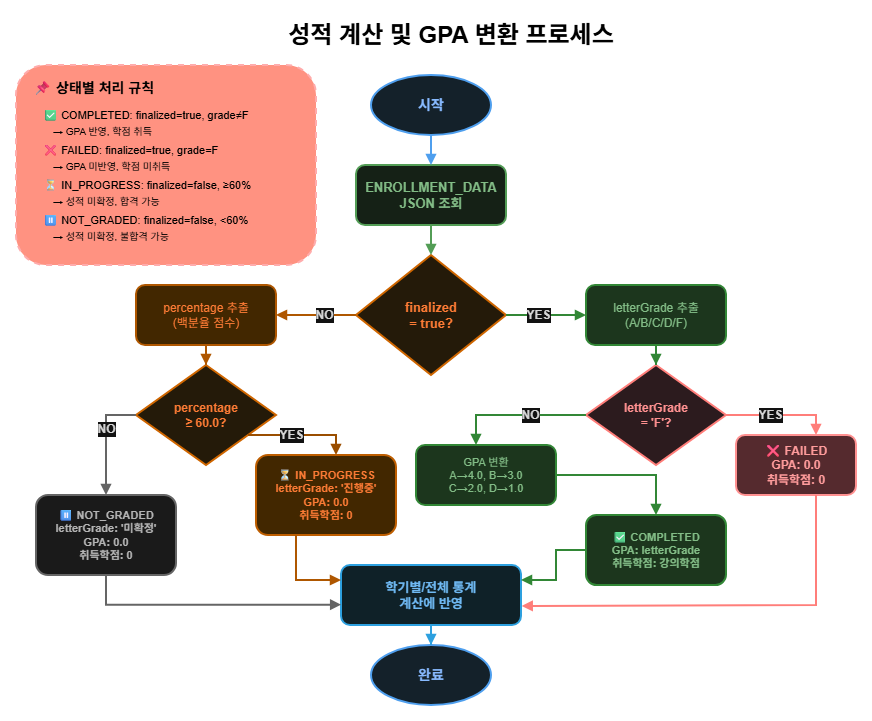
hooting76/blue-crab-lms keeps this draw.io diagram as backend/BlueCrab/docs/강의관련문서-신판/PPT용 다이어그램/성적확인서 API/04-성적계산-프로세스.drawio.png. Above is the earlier version. Source tidied: cells renumbered, new cells last; positions are measured from the earlier drawing's top-left corner, leaving out a move shared by most shapes.
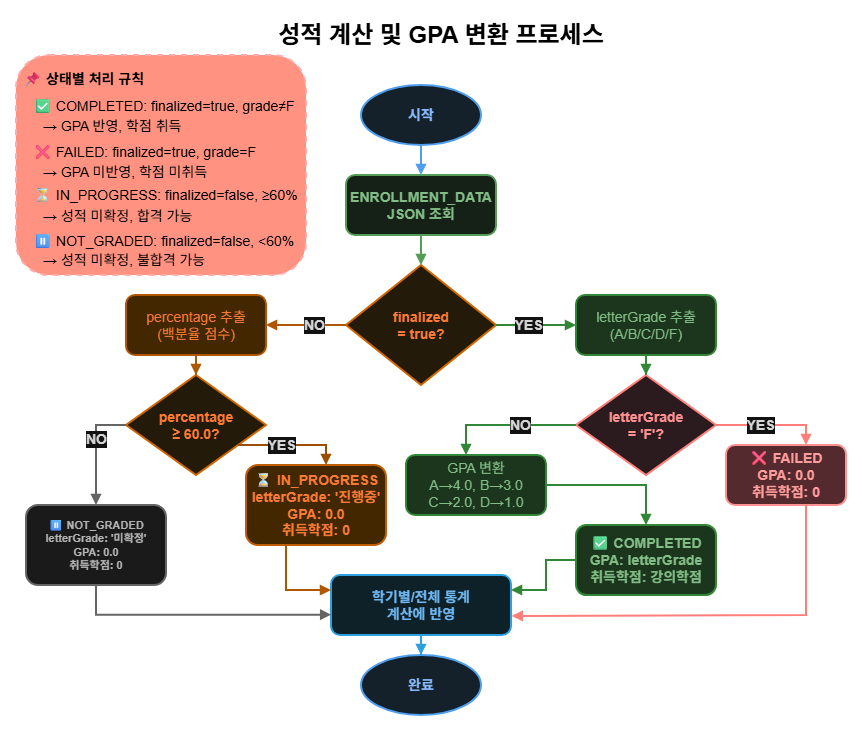
The same diagram one commit later.

The edit, as a diff of the source:
```diff
@@ -3,84 +3,84 @@
     <mxCell id="0" />
     <mxCell id="1" parent="0" />
     <mxCell id="2" value="성적 계산 및 GPA 변환 프로세스" style="text;html=1;strokeColor=none;fillColor=none;align=center;verticalAlign=middle;whiteSpace=wrap;rounded=0;fontSize=24;fontStyle=1;fontColor=light-dark(#000000,#000000);" parent="1" vertex="1">
-      <mxGeometry x="130" width="610" height="40" as="geometry" />
+      <mxGeometry x="130" y="-10" width="610" height="40" as="geometry" />
     </mxCell>
     <mxCell id="3" value="시작" style="strokeWidth=2;html=1;shape=mxgraph.flowchart.start_1;whiteSpace=wrap;fillColor=#E3F2FD;strokeColor=#1976D2;fontColor=#0D47A1;fontSize=14;fontStyle=1;" parent="1" vertex="1">
       <mxGeometry x="355" y="60" width="120" height="60" as="geometry" />
     </mxCell>
-    <mxCell id="4" value="ENROLLMENT_DATA&#10;JSON 조회" style="rounded=1;whiteSpace=wrap;html=1;fillColor=#E8F5E9;strokeColor=#388E3C;strokeWidth=2;fontColor=#1B5E20;fontSize=13;fontStyle=1;" parent="1" vertex="1">
+    <mxCell id="4" value="ENROLLMENT_DATA&#10;JSON 조회" style="rounded=1;whiteSpace=wrap;html=1;fillColor=#E8F5E9;strokeColor=#388E3C;strokeWidth=2;fontColor=#1B5E20;fontSize=14;fontStyle=1;" parent="1" vertex="1">
       <mxGeometry x="340" y="150" width="150" height="60" as="geometry" />
     </mxCell>
     <mxCell id="5" style="edgeStyle=orthogonalEdgeStyle;rounded=0;jettySize=auto;html=1;strokeWidth=2;strokeColor=#1976D2;endArrow=block;endFill=1;" parent="1" edge="1" source="3" target="4">
       <mxGeometry relative="1" as="geometry" />
     </mxCell>
-    <mxCell id="6" value="finalized&#10;= true?" style="rhombus;whiteSpace=wrap;html=1;fillColor=#FFF3E0;strokeColor=#F57C00;strokeWidth=2;fontColor=#E65100;fontSize=13;fontStyle=1;" parent="1" vertex="1">
+    <mxCell id="6" value="finalized&#10;= true?" style="rhombus;whiteSpace=wrap;html=1;fillColor=#FFF3E0;strokeColor=#F57C00;strokeWidth=2;fontColor=#E65100;fontSize=14;fontStyle=1;" parent="1" vertex="1">
       <mxGeometry x="340" y="240" width="150" height="120" as="geometry" />
     </mxCell>
     <mxCell id="7" style="edgeStyle=orthogonalEdgeStyle;rounded=0;jettySize=auto;html=1;strokeWidth=2;strokeColor=#388E3C;endArrow=block;endFill=1;" parent="1" edge="1" source="4" target="6">
       <mxGeometry relative="1" as="geometry" />
     </mxCell>
-    <mxCell id="8" value="YES" style="edgeStyle=orthogonalEdgeStyle;rounded=0;jettySize=auto;html=1;strokeWidth=2;strokeColor=#4CAF50;endArrow=block;endFill=1;fontColor=#1A1A1A;fontSize=12;fontStyle=1;" parent="1" edge="1" source="6" target="9">
+    <mxCell id="8" value="YES" style="edgeStyle=orthogonalEdgeStyle;rounded=0;jettySize=auto;html=1;strokeWidth=2;strokeColor=#4CAF50;endArrow=block;endFill=1;fontColor=#1A1A1A;fontSize=14;fontStyle=1;" parent="1" edge="1" source="6" target="9">
       <mxGeometry x="-0.2" relative="1" as="geometry" />
     </mxCell>
-    <mxCell id="9" value="letterGrade 추출&#10;(A/B/C/D/F)" style="rounded=1;whiteSpace=wrap;html=1;fillColor=#C8E6C9;strokeColor=#4CAF50;strokeWidth=2;fontColor=#1B5E20;fontSize=12;" parent="1" vertex="1">
+    <mxCell id="9" value="letterGrade 추출&#10;(A/B/C/D/F)" style="rounded=1;whiteSpace=wrap;html=1;fillColor=#C8E6C9;strokeColor=#4CAF50;strokeWidth=2;fontColor=#1B5E20;fontSize=14;" parent="1" vertex="1">
       <mxGeometry x="570" y="270" width="140" height="60" as="geometry" />
     </mxCell>
-    <mxCell id="10" value="letterGrade&#10;= 'F'?" style="rhombus;whiteSpace=wrap;html=1;fillColor=#FFEBEE;strokeColor=#E53935;strokeWidth=2;fontColor=#C62828;fontSize=12;fontStyle=1;" parent="1" vertex="1">
+    <mxCell id="10" value="letterGrade&#10;= 'F'?" style="rhombus;whiteSpace=wrap;html=1;fillColor=#FFEBEE;strokeColor=#E53935;strokeWidth=2;fontColor=#C62828;fontSize=14;fontStyle=1;" parent="1" vertex="1">
       <mxGeometry x="570" y="350" width="140" height="100" as="geometry" />
     </mxCell>
-    <mxCell id="11" style="edgeStyle=orthogonalEdgeStyle;rounded=0;jettySize=auto;html=1;strokeWidth=2;strokeColor=#4CAF50;endArrow=block;endFill=1;" parent="1" edge="1" source="9" target="10">
+    <mxCell id="11" style="edgeStyle=orthogonalEdgeStyle;rounded=0;jettySize=auto;html=1;strokeWidth=2;strokeColor=#4CAF50;endArrow=block;endFill=1;fontSize=14;" parent="1" edge="1" source="9" target="10">
       <mxGeometry relative="1" as="geometry" />
     </mxCell>
-    <mxCell id="12" value="YES" style="edgeStyle=orthogonalEdgeStyle;rounded=0;jettySize=auto;html=1;strokeWidth=2;strokeColor=#E53935;endArrow=block;endFill=1;fontColor=#1A1A1A;fontSize=12;fontStyle=1;" parent="1" edge="1" source="10" target="13">
+    <mxCell id="12" value="YES" style="edgeStyle=orthogonalEdgeStyle;rounded=0;jettySize=auto;html=1;strokeWidth=2;strokeColor=#E53935;endArrow=block;endFill=1;fontColor=#1A1A1A;fontSize=14;fontStyle=1;" parent="1" edge="1" source="10" target="13">
       <mxGeometry x="-0.2" relative="1" as="geometry">
         <Array as="points">
           <mxPoint x="800" y="400" />
         </Array>
       </mxGeometry>
     </mxCell>
-    <mxCell id="13" value="❌ FAILED&#10;GPA: 0.0&#10;취득학점: 0" style="rounded=1;whiteSpace=wrap;html=1;fillColor=#FFCDD2;strokeColor=#C62828;strokeWidth=2;fontColor=#B71C1C;fontSize=12;fontStyle=1;" parent="1" vertex="1">
+    <mxCell id="13" value="❌ FAILED&#10;GPA: 0.0&#10;취득학점: 0" style="rounded=1;whiteSpace=wrap;html=1;fillColor=#FFCDD2;strokeColor=#C62828;strokeWidth=2;fontColor=#B71C1C;fontSize=14;fontStyle=1;" parent="1" vertex="1">
       <mxGeometry x="720" y="420" width="120" height="60" as="geometry" />
     </mxCell>
-    <mxCell id="14" value="NO" style="edgeStyle=orthogonalEdgeStyle;rounded=0;jettySize=auto;html=1;strokeWidth=2;strokeColor=#4CAF50;endArrow=block;endFill=1;fontColor=#1A1A1A;fontSize=12;fontStyle=1;" parent="1" edge="1" source="10" target="15">
+    <mxCell id="14" value="NO" style="edgeStyle=orthogonalEdgeStyle;rounded=0;jettySize=auto;html=1;strokeWidth=2;strokeColor=#4CAF50;endArrow=block;endFill=1;fontColor=#1A1A1A;fontSize=14;fontStyle=1;" parent="1" edge="1" source="10" target="15">
       <mxGeometry x="-0.2" relative="1" as="geometry">
         <Array as="points">
           <mxPoint x="460" y="400" />
         </Array>
       </mxGeometry>
     </mxCell>
-    <mxCell id="15" value="GPA 변환&#10;A→4.0, B→3.0&#10;C→2.0, D→1.0" style="rounded=1;whiteSpace=wrap;html=1;fillColor=#C8E6C9;strokeColor=#4CAF50;strokeWidth=2;fontColor=#1B5E20;fontSize=11;" parent="1" vertex="1">
+    <mxCell id="15" value="GPA 변환&#10;A→4.0, B→3.0&#10;C→2.0, D→1.0" style="rounded=1;whiteSpace=wrap;html=1;fillColor=#C8E6C9;strokeColor=#4CAF50;strokeWidth=2;fontColor=#1B5E20;fontSize=14;" parent="1" vertex="1">
       <mxGeometry x="400" y="430" width="140" height="60" as="geometry" />
     </mxCell>
-    <mxCell id="16" value="✅ COMPLETED&#10;GPA: letterGrade&#10;취득학점: 강의학점" style="rounded=1;whiteSpace=wrap;html=1;fillColor=#C8E6C9;strokeColor=#4CAF50;strokeWidth=2;fontColor=#1B5E20;fontSize=11;fontStyle=1;" parent="1" vertex="1">
+    <mxCell id="16" value="✅ COMPLETED&#10;GPA: letterGrade&#10;취득학점: 강의학점" style="rounded=1;whiteSpace=wrap;html=1;fillColor=#C8E6C9;strokeColor=#4CAF50;strokeWidth=2;fontColor=#1B5E20;fontSize=14;fontStyle=1;" parent="1" vertex="1">
       <mxGeometry x="570" y="500" width="140" height="70" as="geometry" />
     </mxCell>
-    <mxCell id="17" style="edgeStyle=orthogonalEdgeStyle;rounded=0;jettySize=auto;html=1;strokeWidth=2;strokeColor=#4CAF50;endArrow=block;endFill=1;" parent="1" edge="1" source="15" target="16">
+    <mxCell id="17" style="edgeStyle=orthogonalEdgeStyle;rounded=0;jettySize=auto;html=1;strokeWidth=2;strokeColor=#4CAF50;endArrow=block;endFill=1;fontSize=14;" parent="1" edge="1" source="15" target="16">
       <mxGeometry relative="1" as="geometry" />
     </mxCell>
-    <mxCell id="18" value="NO" style="edgeStyle=orthogonalEdgeStyle;rounded=0;jettySize=auto;html=1;strokeWidth=2;strokeColor=#FF9800;endArrow=block;endFill=1;fontColor=#1A1A1A;fontSize=12;fontStyle=1;" parent="1" edge="1" source="6" target="19">
+    <mxCell id="18" value="NO" style="edgeStyle=orthogonalEdgeStyle;rounded=0;jettySize=auto;html=1;strokeWidth=2;strokeColor=#FF9800;endArrow=block;endFill=1;fontColor=#1A1A1A;fontSize=14;fontStyle=1;" parent="1" edge="1" source="6" target="19">
       <mxGeometry x="-0.2" relative="1" as="geometry" />
     </mxCell>
-    <mxCell id="19" value="percentage 추출&#10;(백분율 점수)" style="rounded=1;whiteSpace=wrap;html=1;fillColor=#FFE0B2;strokeColor=#FF9800;strokeWidth=2;fontColor=#E65100;fontSize=12;" parent="1" vertex="1">
+    <mxCell id="19" value="percentage 추출&#10;(백분율 점수)" style="rounded=1;whiteSpace=wrap;html=1;fillColor=#FFE0B2;strokeColor=#FF9800;strokeWidth=2;fontColor=#E65100;fontSize=14;" parent="1" vertex="1">
       <mxGeometry x="120" y="270" width="140" height="60" as="geometry" />
     </mxCell>
-    <mxCell id="20" value="percentage&#10;≥ 60.0?" style="rhombus;whiteSpace=wrap;html=1;fillColor=#FFF3E0;strokeColor=#F57C00;strokeWidth=2;fontColor=#E65100;fontSize=12;fontStyle=1;" parent="1" vertex="1">
+    <mxCell id="20" value="percentage&#10;≥ 60.0?" style="rhombus;whiteSpace=wrap;html=1;fillColor=#FFF3E0;strokeColor=#F57C00;strokeWidth=2;fontColor=#E65100;fontSize=14;fontStyle=1;" parent="1" vertex="1">
       <mxGeometry x="120" y="350" width="140" height="100" as="geometry" />
     </mxCell>
-    <mxCell id="21" style="edgeStyle=orthogonalEdgeStyle;rounded=0;jettySize=auto;html=1;strokeWidth=2;strokeColor=#FF9800;endArrow=block;endFill=1;" parent="1" edge="1" source="19" target="20">
+    <mxCell id="21" style="edgeStyle=orthogonalEdgeStyle;rounded=0;jettySize=auto;html=1;strokeWidth=2;strokeColor=#FF9800;endArrow=block;endFill=1;fontSize=14;" parent="1" edge="1" source="19" target="20">
       <mxGeometry relative="1" as="geometry" />
     </mxCell>
-    <mxCell id="22" value="YES" style="edgeStyle=orthogonalEdgeStyle;rounded=0;jettySize=auto;html=1;strokeWidth=2;strokeColor=#FFA726;endArrow=block;endFill=1;fontColor=#1A1A1A;fontSize=12;fontStyle=1;" parent="1" edge="1" source="20" target="23">
+    <mxCell id="22" value="YES" style="edgeStyle=orthogonalEdgeStyle;rounded=0;jettySize=auto;html=1;strokeWidth=2;strokeColor=#FFA726;endArrow=block;endFill=1;fontColor=#1A1A1A;fontSize=14;fontStyle=1;" parent="1" edge="1" source="20" target="23">
       <mxGeometry x="-0.2" relative="1" as="geometry">
         <Array as="points">
           <mxPoint x="320" y="420" />
         </Array>
       </mxGeometry>
     </mxCell>
-    <mxCell id="23" value="⏳ IN_PROGRESS&#10;letterGrade: '진행중'&#10;GPA: 0.0&#10;취득학점: 0" style="rounded=1;whiteSpace=wrap;html=1;fillColor=#FFE0B2;strokeColor=#FB8C00;strokeWidth=2;fontColor=#E65100;fontSize=11;fontStyle=1;" parent="1" vertex="1">
+    <mxCell id="23" value="⏳ IN_PROGRESS&#10;letterGrade: '진행중'&#10;GPA: 0.0&#10;취득학점: 0" style="rounded=1;whiteSpace=wrap;html=1;fillColor=#FFE0B2;strokeColor=#FB8C00;strokeWidth=2;fontColor=#E65100;fontSize=14;fontStyle=1;" parent="1" vertex="1">
       <mxGeometry x="240" y="440" width="140" height="80" as="geometry" />
     </mxCell>
-    <mxCell id="24" value="NO" style="edgeStyle=orthogonalEdgeStyle;rounded=0;jettySize=auto;html=1;strokeWidth=2;strokeColor=#9E9E9E;endArrow=block;endFill=1;fontColor=#1A1A1A;fontSize=12;fontStyle=1;" parent="1" edge="1" source="20" target="25">
+    <mxCell id="24" value="NO" style="edgeStyle=orthogonalEdgeStyle;rounded=0;jettySize=auto;html=1;strokeWidth=2;strokeColor=#9E9E9E;endArrow=block;endFill=1;fontColor=#1A1A1A;fontSize=14;fontStyle=1;" parent="1" edge="1" source="20" target="25">
       <mxGeometry x="-0.2" relative="1" as="geometry">
         <Array as="points">
           <mxPoint x="90" y="400" />
@@ -90,10 +90,10 @@
     <mxCell id="25" value="⏸️ NOT_GRADED&#10;letterGrade: '미확정'&#10;GPA: 0.0&#10;취득학점: 0" style="rounded=1;whiteSpace=wrap;html=1;fillColor=#F5F5F5;strokeColor=#9E9E9E;strokeWidth=2;fontColor=#424242;fontSize=11;fontStyle=1;" parent="1" vertex="1">
       <mxGeometry x="20" y="480" width="140" height="80" as="geometry" />
     </mxCell>
-    <mxCell id="26" value="학기별/전체 통계&#10;계산에 반영" style="rounded=1;whiteSpace=wrap;html=1;fillColor=#E1F5FE;strokeColor=#0288D1;strokeWidth=2;fontColor=#01579B;fontSize=13;fontStyle=1;" parent="1" vertex="1">
+    <mxCell id="26" value="학기별/전체 통계&#10;계산에 반영" style="rounded=1;whiteSpace=wrap;html=1;fillColor=#E1F5FE;strokeColor=#0288D1;strokeWidth=2;fontColor=#01579B;fontSize=14;fontStyle=1;" parent="1" vertex="1">
       <mxGeometry x="325" y="550" width="180" height="60" as="geometry" />
     </mxCell>
-    <mxCell id="27" style="edgeStyle=orthogonalEdgeStyle;rounded=0;jettySize=auto;html=1;strokeWidth=2;strokeColor=#4CAF50;endArrow=block;endFill=1;entryX=1;entryY=0.25;entryDx=0;entryDy=0;exitX=0;exitY=0.5;exitDx=0;exitDy=0;" parent="1" edge="1" source="16" target="26">
+    <mxCell id="27" style="edgeStyle=orthogonalEdgeStyle;rounded=0;jettySize=auto;html=1;strokeWidth=2;strokeColor=#4CAF50;endArrow=block;endFill=1;entryX=1;entryY=0.25;entryDx=0;entryDy=0;exitX=0;exitY=0.5;exitDx=0;exitDy=0;fontSize=14;" parent="1" edge="1" source="16" target="26">
       <mxGeometry relative="1" as="geometry">
         <Array as="points">
           <mxPoint x="540" y="535" />
@@ -101,7 +101,7 @@
         </Array>
       </mxGeometry>
     </mxCell>
-    <mxCell id="28" style="edgeStyle=orthogonalEdgeStyle;rounded=0;jettySize=auto;html=1;strokeWidth=2;strokeColor=#E53935;endArrow=block;endFill=1;entryX=1.004;entryY=0.683;entryDx=0;entryDy=0;entryPerimeter=0;" parent="1" edge="1" source="13" target="26">
+    <mxCell id="28" style="edgeStyle=orthogonalEdgeStyle;rounded=0;jettySize=auto;html=1;strokeWidth=2;strokeColor=#E53935;endArrow=block;endFill=1;entryX=1.004;entryY=0.683;entryDx=0;entryDy=0;entryPerimeter=0;fontSize=14;" parent="1" edge="1" source="13" target="26">
       <mxGeometry relative="1" as="geometry">
         <Array as="points">
           <mxPoint x="800" y="590" />
@@ -109,14 +109,14 @@
         </Array>
       </mxGeometry>
     </mxCell>
-    <mxCell id="29" style="edgeStyle=orthogonalEdgeStyle;rounded=0;jettySize=auto;html=1;strokeWidth=2;strokeColor=#FF9800;endArrow=block;endFill=1;entryX=0;entryY=0.25;entryDx=0;entryDy=0;" parent="1" edge="1" source="23" target="26">
+    <mxCell id="29" style="edgeStyle=orthogonalEdgeStyle;rounded=0;jettySize=auto;html=1;strokeWidth=2;strokeColor=#FF9800;endArrow=block;endFill=1;entryX=0;entryY=0.25;entryDx=0;entryDy=0;fontSize=14;" parent="1" edge="1" source="23" target="26">
       <mxGeometry relative="1" as="geometry">
         <Array as="points">
           <mxPoint x="280" y="565" />
         </Array>
       </mxGeometry>
     </mxCell>
-    <mxCell id="30" style="edgeStyle=orthogonalEdgeStyle;rounded=0;jettySize=auto;html=1;strokeWidth=2;strokeColor=#9E9E9E;endArrow=block;endFill=1;entryX=0.001;entryY=0.662;entryDx=0;entryDy=0;entryPerimeter=0;" parent="1" edge="1" source="25" target="26">
+    <mxCell id="30" style="edgeStyle=orthogonalEdgeStyle;rounded=0;jettySize=auto;html=1;strokeWidth=2;strokeColor=#9E9E9E;endArrow=block;endFill=1;entryX=0.001;entryY=0.662;entryDx=0;entryDy=0;entryPerimeter=0;fontSize=14;" parent="1" edge="1" source="25" target="26">
       <mxGeometry relative="1" as="geometry">
         <Array as="points">
           <mxPoint x="90" y="590" />
@@ -126,38 +126,38 @@
     <mxCell id="31" value="완료" style="strokeWidth=2;html=1;shape=mxgraph.flowchart.start_1;whiteSpace=wrap;fillColor=#E3F2FD;strokeColor=#1976D2;fontColor=#0D47A1;fontSize=14;fontStyle=1;" parent="1" vertex="1">
       <mxGeometry x="355" y="630" width="120" height="60" as="geometry" />
     </mxCell>
-    <mxCell id="32" style="edgeStyle=orthogonalEdgeStyle;rounded=0;jettySize=auto;html=1;strokeWidth=2;strokeColor=#0288D1;endArrow=block;endFill=1;" parent="1" edge="1" source="26" target="31">
+    <mxCell id="32" style="edgeStyle=orthogonalEdgeStyle;rounded=0;jettySize=auto;html=1;strokeWidth=2;strokeColor=#0288D1;endArrow=block;endFill=1;fontSize=14;" parent="1" edge="1" source="26" target="31">
       <mxGeometry relative="1" as="geometry" />
     </mxCell>
     <mxCell id="33" style="rounded=1;whiteSpace=wrap;html=1;fillColor=#e51400;strokeColor=#B20000;strokeWidth=2;dashed=1;fontColor=#ffffff;" parent="1" vertex="1">
-      <mxGeometry y="50" width="300" height="200" as="geometry" />
+      <mxGeometry x="10" y="30" width="290" height="220" as="geometry" />
     </mxCell>
     <mxCell id="34" value="📌 상태별 처리 규칙" style="text;html=1;strokeColor=none;fillColor=none;align=left;verticalAlign=middle;whiteSpace=wrap;rounded=0;fontSize=14;fontStyle=1;fontColor=light-dark(#000000,#000000);" parent="1" vertex="1">
-      <mxGeometry x="15" y="60" width="270" height="25" as="geometry" />
+      <mxGeometry x="15" y="41" width="270" height="25" as="geometry" />
     </mxCell>
-    <mxCell id="35" value="✅ COMPLETED: finalized=true, grade≠F" style="text;html=1;strokeColor=none;fillColor=none;align=left;verticalAlign=middle;whiteSpace=wrap;rounded=0;fontSize=11;fontColor=light-dark(#000000,#000000);" parent="1" vertex="1">
-      <mxGeometry x="25" y="90" width="260" height="20" as="geometry" />
+    <mxCell id="35" value="✅ COMPLETED: finalized=true, grade≠F" style="text;html=1;strokeColor=none;fillColor=none;align=left;verticalAlign=middle;whiteSpace=wrap;rounded=0;fontSize=14;fontColor=light-dark(#000000,#000000);" parent="1" vertex="1">
+      <mxGeometry x="25" y="71" width="265" height="20" as="geometry" />
     </mxCell>
-    <mxCell id="36" value="   → GPA 반영, 학점 취득" style="text;html=1;strokeColor=none;fillColor=none;align=left;verticalAlign=middle;whiteSpace=wrap;rounded=0;fontSize=10;fontColor=light-dark(#000000,#000000);" parent="1" vertex="1">
-      <mxGeometry x="35" y="107" width="250" height="18" as="geometry" />
+    <mxCell id="36" value="   → GPA 반영, 학점 취득" style="text;html=1;strokeColor=none;fillColor=none;align=left;verticalAlign=middle;whiteSpace=wrap;rounded=0;fontSize=14;fontColor=light-dark(#000000,#000000);" parent="1" vertex="1">
+      <mxGeometry x="35" y="92" width="250" height="18" as="geometry" />
     </mxCell>
-    <mxCell id="37" value="❌ FAILED: finalized=true, grade=F" style="text;html=1;strokeColor=none;fillColor=none;align=left;verticalAlign=middle;whiteSpace=wrap;rounded=0;fontSize=11;fontColor=light-dark(#000000,#000000);" parent="1" vertex="1">
-      <mxGeometry x="25" y="125" width="260" height="20" as="geometry" />
+    <mxCell id="37" value="❌ FAILED: finalized=true, grade=F" style="text;html=1;strokeColor=none;fillColor=none;align=left;verticalAlign=middle;whiteSpace=wrap;rounded=0;fontSize=14;fontColor=light-dark(#000000,#000000);" parent="1" vertex="1">
+      <mxGeometry x="25" y="117" width="260" height="20" as="geometry" />
     </mxCell>
-    <mxCell id="38" value="   → GPA 미반영, 학점 미취득" style="text;html=1;strokeColor=none;fillColor=none;align=left;verticalAlign=middle;whiteSpace=wrap;rounded=0;fontSize=10;fontColor=light-dark(#000000,#000000);" parent="1" vertex="1">
-      <mxGeometry x="35" y="142" width="250" height="18" as="geometry" />
+    <mxCell id="38" value="   → GPA 미반영, 학점 미취득" style="text;html=1;strokeColor=none;fillColor=none;align=left;verticalAlign=middle;whiteSpace=wrap;rounded=0;fontSize=14;fontColor=light-dark(#000000,#000000);" parent="1" vertex="1">
+      <mxGeometry x="35" y="138" width="250" height="18" as="geometry" />
     </mxCell>
-    <mxCell id="39" value="⏳ IN_PROGRESS: finalized=false, ≥60%" style="text;html=1;strokeColor=none;fillColor=none;align=left;verticalAlign=middle;whiteSpace=wrap;rounded=0;fontSize=11;fontColor=light-dark(#000000,#000000);" parent="1" vertex="1">
-      <mxGeometry x="25" y="160" width="260" height="20" as="geometry" />
+    <mxCell id="39" value="⏳ IN_PROGRESS: finalized=false, ≥60%" style="text;html=1;strokeColor=none;fillColor=none;align=left;verticalAlign=middle;whiteSpace=wrap;rounded=0;fontSize=14;fontColor=light-dark(#000000,#000000);" parent="1" vertex="1">
+      <mxGeometry x="25" y="160" width="275" height="20" as="geometry" />
     </mxCell>
-    <mxCell id="40" value="   → 성적 미확정, 합격 가능" style="text;html=1;strokeColor=none;fillColor=none;align=left;verticalAlign=middle;whiteSpace=wrap;rounded=0;fontSize=10;fontColor=light-dark(#000000,#000000);" parent="1" vertex="1">
-      <mxGeometry x="35" y="177" width="250" height="18" as="geometry" />
+    <mxCell id="40" value="   → 성적 미확정, 합격 가능" style="text;html=1;strokeColor=none;fillColor=none;align=left;verticalAlign=middle;whiteSpace=wrap;rounded=0;fontSize=14;fontColor=light-dark(#000000,#000000);" parent="1" vertex="1">
+      <mxGeometry x="35" y="182" width="250" height="18" as="geometry" />
     </mxCell>
-    <mxCell id="41" value="⏸️ NOT_GRADED: finalized=false, &amp;lt;60%" style="text;html=1;strokeColor=none;fillColor=none;align=left;verticalAlign=middle;whiteSpace=wrap;rounded=0;fontSize=11;fontColor=light-dark(#000000,#000000);" parent="1" vertex="1">
-      <mxGeometry x="25" y="195" width="260" height="20" as="geometry" />
+    <mxCell id="41" value="⏸️ NOT_GRADED: finalized=false, &amp;lt;60%" style="text;html=1;strokeColor=none;fillColor=none;align=left;verticalAlign=middle;whiteSpace=wrap;rounded=0;fontSize=14;fontColor=light-dark(#000000,#000000);" parent="1" vertex="1">
+      <mxGeometry x="25" y="206" width="275" height="20" as="geometry" />
     </mxCell>
-    <mxCell id="42" value="   → 성적 미확정, 불합격 가능" style="text;html=1;strokeColor=none;fillColor=none;align=left;verticalAlign=middle;whiteSpace=wrap;rounded=0;fontSize=10;fontColor=light-dark(#000000,#000000);" parent="1" vertex="1">
-      <mxGeometry x="35" y="212" width="250" height="18" as="geometry" />
+    <mxCell id="42" value="   → 성적 미확정, 불합격 가능" style="text;html=1;strokeColor=none;fillColor=none;align=left;verticalAlign=middle;whiteSpace=wrap;rounded=0;fontSize=14;fontColor=light-dark(#000000,#000000);" parent="1" vertex="1">
+      <mxGeometry x="35" y="226" width="250" height="18" as="geometry" />
     </mxCell>
   </root>
 </mxGraphModel>
```
